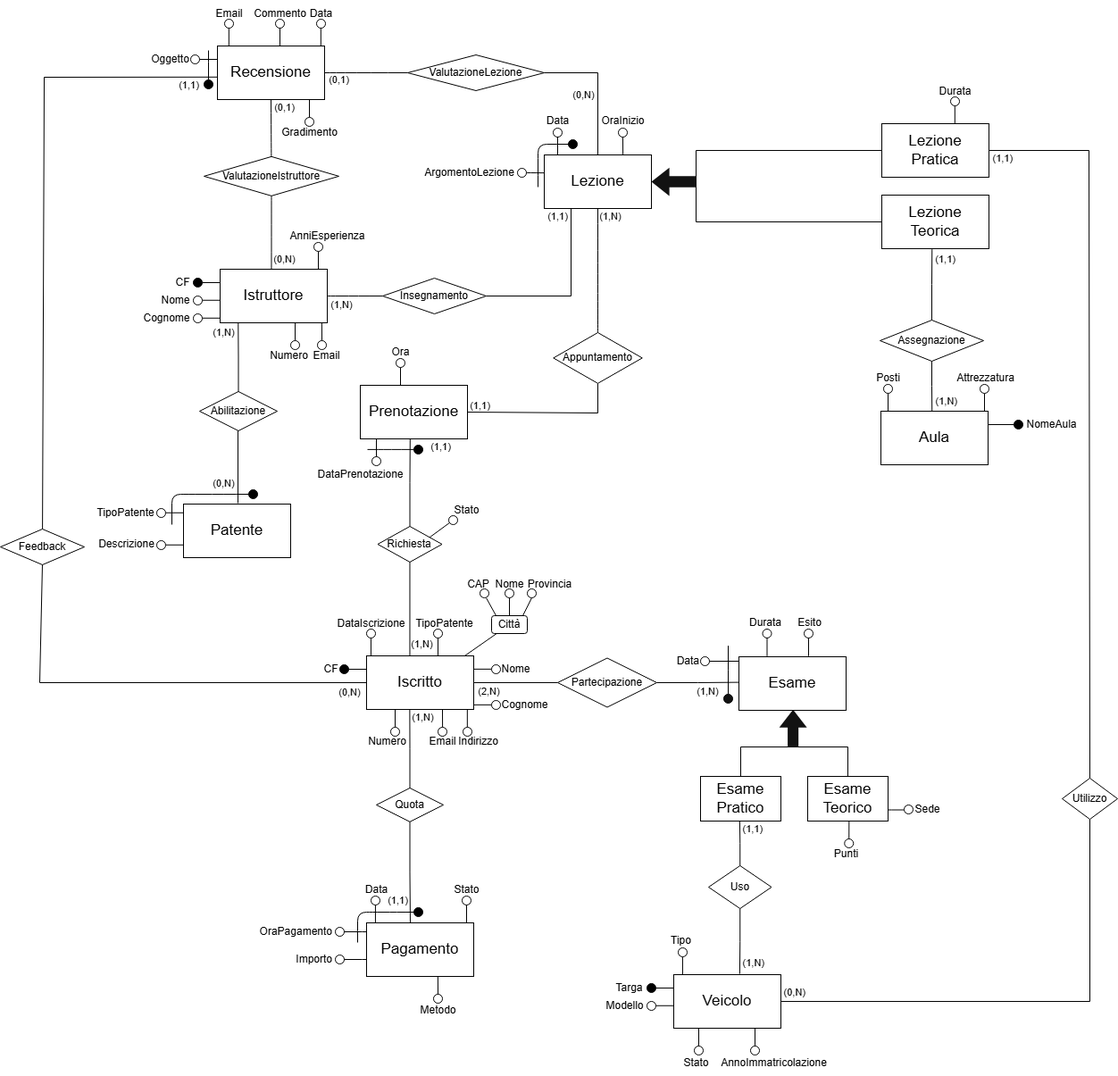
Earlier version of the draw.io export img/ER_ScuolaGuida.drawio.png (Andrea-Difino/db_scuola_guida). Source tidied: cells renumbered, new cells last; positions are measured from the earlier drawing's top-left corner, leaving out a move shared by most shapes.
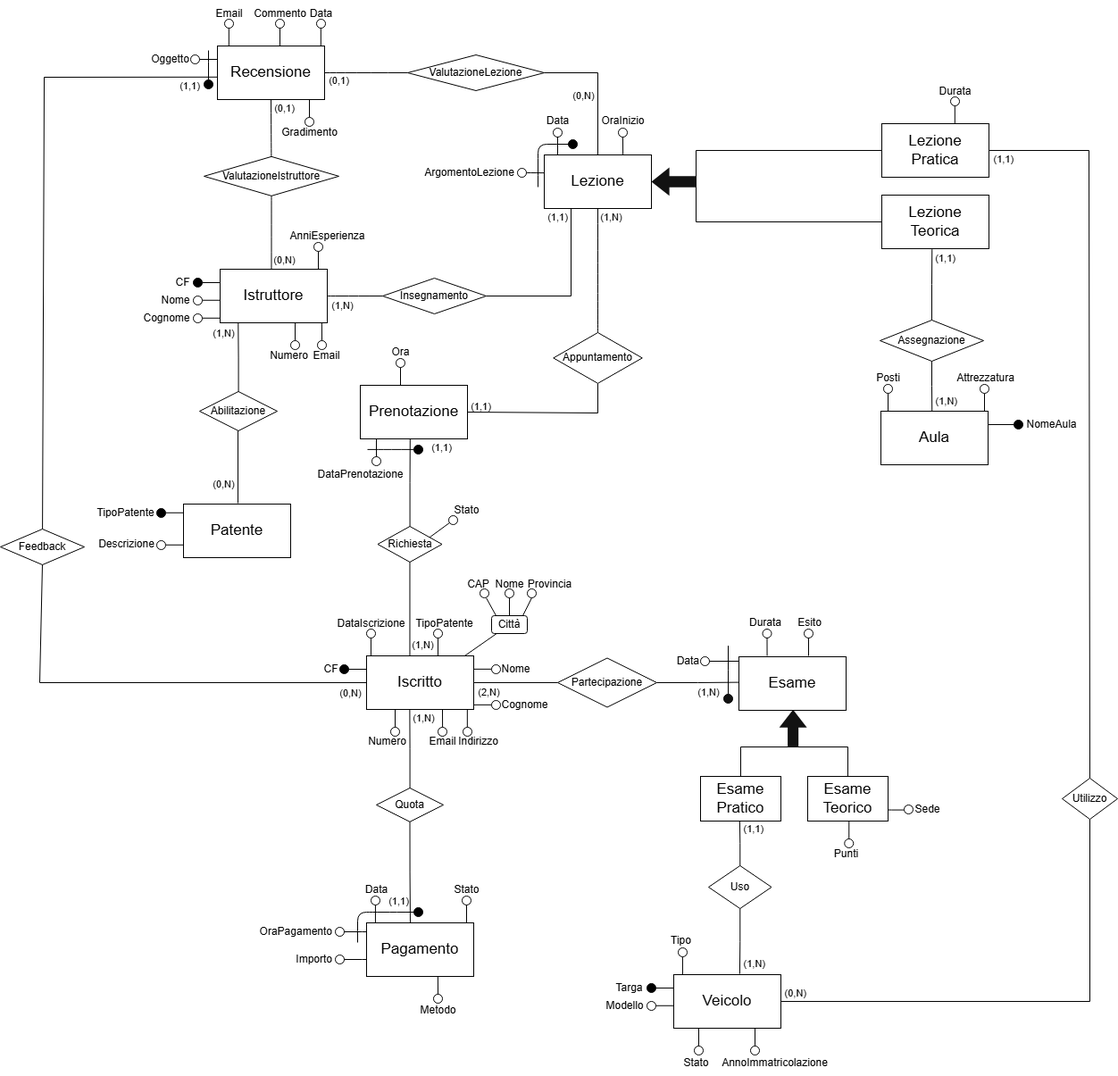
After the change.

Change to the diagram source:
```diff
@@ -498,7 +498,7 @@
         <mxPoint x="205" y="573.8" as="targetPoint" />
       </mxGeometry>
     </mxCell>
-    <mxCell id="127" style="ellipse;whiteSpace=wrap;html=1;rounded=0;strokeColor=light-dark(#000000,#000000);align=center;verticalAlign=middle;fontFamily=Helvetica;fontSize=12;fontColor=light-dark(#000000,#000000);fillColor=light-dark(#000000,#FFFFFF);" parent="1" vertex="1">
+    <mxCell id="127" style="ellipse;whiteSpace=wrap;html=1;rounded=0;strokeColor=light-dark(#000000,#000000);align=center;verticalAlign=middle;fontFamily=Helvetica;fontSize=12;fontColor=light-dark(#000000,#000000);fillColor=light-dark(#000000,#000000);" parent="1" vertex="1">
       <mxGeometry x="175" y="569" width="10" height="10" as="geometry" />
     </mxCell>
     <mxCell id="128" value="&lt;font style=&quot;color: light-dark(rgb(0, 0, 0), rgb(0, 0, 0));&quot;&gt;Prenotazione&lt;/font&gt;" style="rounded=0;whiteSpace=wrap;html=1;fillColor=light-dark(#000000,#FFFFFF);strokeColor=light-dark(#000000,#000000);fontSize=17;" parent="1" vertex="1">
@@ -535,20 +535,6 @@
         <mxPoint x="-93" y="-295" as="offset" />
       </mxGeometry>
     </mxCell>
-    <mxCell id="135" style="curved=1;endArrow=none;html=1;rounded=0;strokeColor=light-dark(#000000,#000000);align=center;verticalAlign=middle;fontFamily=Helvetica;fontSize=12;fontColor=default;labelBackgroundColor=default;startFill=0;" parent="1" edge="1">
-      <mxGeometry relative="1" as="geometry">
-        <mxPoint x="192" y="587" as="sourcePoint" />
-        <mxPoint x="280" y="553" as="targetPoint" />
-        <Array as="points">
-          <mxPoint x="192" y="573" />
-          <mxPoint x="192" y="553" />
-          <mxPoint x="212" y="553" />
-        </Array>
-      </mxGeometry>
-    </mxCell>
-    <mxCell id="136" style="ellipse;whiteSpace=wrap;html=1;rounded=0;strokeColor=light-dark(#000000,#000000);align=center;verticalAlign=middle;fontFamily=Helvetica;fontSize=12;fontColor=light-dark(#000000,#000000);fillColor=light-dark(#000000,#000000);" parent="1" vertex="1">
-      <mxGeometry x="278" y="548" width="10" height="10" as="geometry" />
-    </mxCell>
     <mxCell id="137" value="&lt;font style=&quot;color: light-dark(rgb(0, 0, 0), rgb(0, 0, 0));&quot;&gt;Veicolo&lt;/font&gt;" style="rounded=0;whiteSpace=wrap;html=1;fillColor=light-dark(#000000,#FFFFFF);strokeColor=light-dark(#000000,#000000);fontSize=17;" parent="1" vertex="1">
       <mxGeometry x="754" y="1091" width="120" height="60" as="geometry" />
     </mxCell>
```
